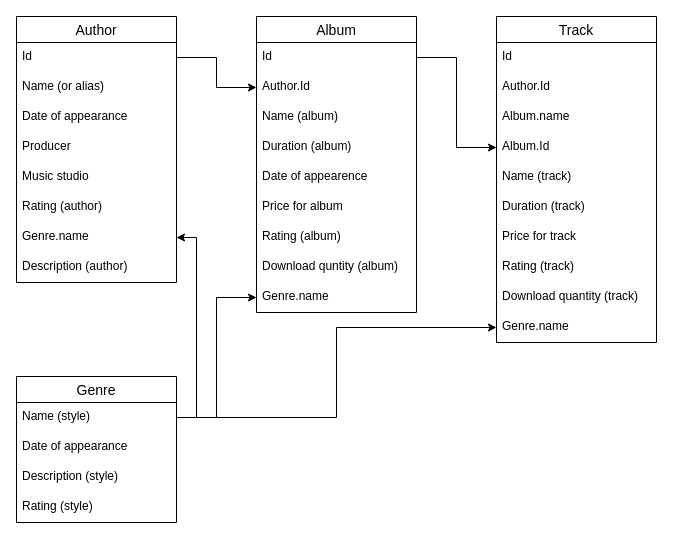
Oleg-Stukalov/draw.io-schemes keeps this draw.io diagram as Untitled Diagram.drawio. Above is the earlier version. Source tidied: cells renumbered, new cells numbered last; positions are measured from the earlier drawing's top-left corner, leaving out a move shared by most shapes. Both pictures are drawn from the tidied source at 100%, with x=0, y=0 at pixel (16, 16).
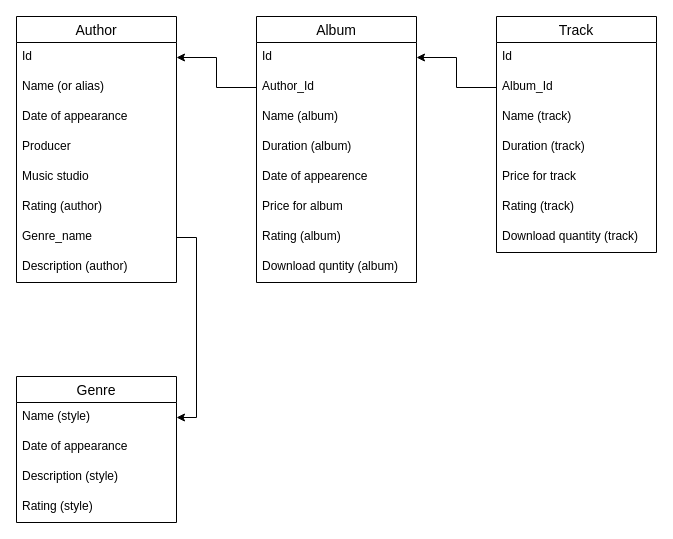
Above is the later version.

Unchanged cells that the change refers to:
```xml
<mxCell id="3" value="Id" style="text;strokeColor=none;fillColor=none;spacingLeft=4;spacingRight=4;overflow=hidden;points=[[0,0.5],[1,0.5]];portConstraint=eastwest;fontSize=12;" parent="2" vertex="1">
  <mxGeometry y="26" width="160" height="30" as="geometry" />
</mxCell>
<mxCell id="12" value="Author" style="swimlane;fontStyle=0;horizontal=1;startSize=26;align=center;fontSize=14;" parent="1" vertex="1">
  <mxGeometry width="160" height="266" as="geometry" />
</mxCell>
<mxCell id="13" value="Id" style="text;strokeColor=none;fillColor=none;spacingLeft=4;spacingRight=4;overflow=hidden;points=[[0,0.5],[1,0.5]];portConstraint=eastwest;fontSize=12;" parent="12" vertex="1">
  <mxGeometry y="26" width="160" height="30" as="geometry" />
</mxCell>
<mxCell id="33" value="Name (style)" style="text;strokeColor=none;fillColor=none;spacingLeft=4;spacingRight=4;overflow=hidden;points=[[0,0.5],[1,0.5]];portConstraint=eastwest;fontSize=12;" parent="32" vertex="1">
  <mxGeometry y="26" width="160" height="30" as="geometry" />
</mxCell>
```

Change to the diagram source:
```diff
@@
     <mxCell id="2" value="Album" style="swimlane;fontStyle=0;horizontal=1;startSize=26;align=center;fontSize=14;" parent="1" vertex="1">
-      <mxGeometry x="240" width="160" height="296" as="geometry" />
+      <mxGeometry x="240" width="160" height="266" as="geometry" />
     </mxCell>
@@
-    <mxCell id="4" value="Author.Id" style="text;strokeColor=none;fillColor=none;spacingLeft=4;spacingRight=4;overflow=hidden;points=[[0,0.5],[1,0.5]];portConstraint=eastwest;fontSize=12;" parent="2" vertex="1">
+    <mxCell id="4" value="Author_Id" style="text;strokeColor=none;fillColor=none;spacingLeft=4;spacingRight=4;overflow=hidden;points=[[0,0.5],[1,0.5]];portConstraint=eastwest;fontSize=12;" parent="2" vertex="1">
       <mxGeometry y="56" width="160" height="30" as="geometry" />
     </mxCell>
@@
-    <mxCell id="11" value="Genre.name" style="text;strokeColor=none;fillColor=none;spacingLeft=4;spacingRight=4;overflow=hidden;points=[[0,0.5],[1,0.5]];portConstraint=eastwest;fontSize=12;" parent="2" vertex="1">
-      <mxGeometry y="266" width="160" height="30" as="geometry" />
-    </mxCell>
@@
-    <mxCell id="19" value="Genre.name" style="text;strokeColor=none;fillColor=none;spacingLeft=4;spacingRight=4;overflow=hidden;points=[[0,0.5],[1,0.5]];portConstraint=eastwest;fontSize=12;" parent="12" vertex="1">
+    <mxCell id="19" value="Genre_name" style="text;strokeColor=none;fillColor=none;spacingLeft=4;spacingRight=4;overflow=hidden;points=[[0,0.5],[1,0.5]];portConstraint=eastwest;fontSize=12;" parent="12" vertex="1">
       <mxGeometry y="206" width="160" height="30" as="geometry" />
     </mxCell>
@@
     <mxCell id="21" value="Track" style="swimlane;fontStyle=0;horizontal=1;startSize=26;align=center;fontSize=14;" parent="1" vertex="1">
-      <mxGeometry x="480" width="160" height="326" as="geometry" />
+      <mxGeometry x="480" width="160" height="236" as="geometry" />
     </mxCell>
@@
-    <mxCell id="23" value="Author.Id" style="text;strokeColor=none;fillColor=none;spacingLeft=4;spacingRight=4;overflow=hidden;fontSize=12;" parent="21" vertex="1">
-      <mxGeometry y="56" width="160" height="30" as="geometry" />
-    </mxCell>
-    <mxCell id="24" value="Album.name" style="text;strokeColor=none;fillColor=none;spacingLeft=4;spacingRight=4;overflow=hidden;fontSize=12;" parent="21" vertex="1">
-      <mxGeometry y="86" width="160" height="30" as="geometry" />
-    </mxCell>
-    <mxCell id="25" value="Album.Id" style="text;strokeColor=none;fillColor=none;spacingLeft=4;spacingRight=4;overflow=hidden;points=[[0,0.5],[1,0.5]];portConstraint=eastwest;fontSize=12;" parent="21" vertex="1">
-      <mxGeometry y="116" width="160" height="30" as="geometry" />
+    <mxCell id="25" value="Album_Id" style="text;strokeColor=none;fillColor=none;spacingLeft=4;spacingRight=4;overflow=hidden;points=[[0,0.5],[1,0.5]];portConstraint=eastwest;fontSize=12;" parent="21" vertex="1">
+      <mxGeometry y="56" width="160" height="30" as="geometry" />
     </mxCell>
     <mxCell id="26" value="Name (track)" style="text;strokeColor=none;fillColor=none;spacingLeft=4;spacingRight=4;overflow=hidden;fontSize=12;" parent="21" vertex="1">
-      <mxGeometry y="146" width="160" height="30" as="geometry" />
+      <mxGeometry y="86" width="160" height="30" as="geometry" />
     </mxCell>
     <mxCell id="27" value="Duration (track)" style="text;strokeColor=none;fillColor=none;spacingLeft=4;spacingRight=4;overflow=hidden;fontSize=12;" parent="21" vertex="1">
-      <mxGeometry y="176" width="160" height="30" as="geometry" />
+      <mxGeometry y="116" width="160" height="30" as="geometry" />
     </mxCell>
     <mxCell id="28" value="Price for track" style="text;strokeColor=none;fillColor=none;spacingLeft=4;spacingRight=4;overflow=hidden;fontSize=12;" parent="21" vertex="1">
-      <mxGeometry y="206" width="160" height="30" as="geometry" />
+      <mxGeometry y="146" width="160" height="30" as="geometry" />
     </mxCell>
     <mxCell id="29" value="Rating (track)" style="text;strokeColor=none;fillColor=none;spacingLeft=4;spacingRight=4;overflow=hidden;fontSize=12;" parent="21" vertex="1">
-      <mxGeometry y="236" width="160" height="30" as="geometry" />
+      <mxGeometry y="176" width="160" height="30" as="geometry" />
     </mxCell>
     <mxCell id="30" value="Download quantity (track)" style="text;strokeColor=none;fillColor=none;spacingLeft=4;spacingRight=4;overflow=hidden;fontSize=12;" parent="21" vertex="1">
-      <mxGeometry y="266" width="160" height="30" as="geometry" />
+      <mxGeometry y="206" width="160" height="30" as="geometry" />
     </mxCell>
-    <mxCell id="31" value="Genre.name" style="text;strokeColor=none;fillColor=none;spacingLeft=4;spacingRight=4;overflow=hidden;points=[[0,0.5],[1,0.5]];portConstraint=eastwest;fontSize=12;" parent="21" vertex="1">
-      <mxGeometry y="296" width="160" height="30" as="geometry" />
-    </mxCell>
@@
-    <mxCell id="37" style="edgeStyle=orthogonalEdgeStyle;rounded=0;jettySize=auto;html=1;exitX=1;exitY=0.5;exitDx=0;exitDy=0;" parent="1" edge="1" source="33" target="31">
-      <mxGeometry relative="1" as="geometry" />
-    </mxCell>
-    <mxCell id="38" style="edgeStyle=orthogonalEdgeStyle;rounded=0;jettySize=auto;html=1;exitX=1;exitY=0.5;exitDx=0;exitDy=0;entryX=0;entryY=0.5;entryDx=0;entryDy=0;" parent="1" edge="1" source="33" target="11">
-      <mxGeometry relative="1" as="geometry" />
-    </mxCell>
-    <mxCell id="39" style="edgeStyle=orthogonalEdgeStyle;rounded=0;jettySize=auto;html=1;exitX=1;exitY=0.5;exitDx=0;exitDy=0;entryX=1;entryY=0.5;entryDx=0;entryDy=0;" parent="1" edge="1" source="33" target="19">
-      <mxGeometry relative="1" as="geometry" />
-    </mxCell>
-    <mxCell id="40" style="edgeStyle=orthogonalEdgeStyle;rounded=0;jettySize=auto;html=1;exitX=1;exitY=0.5;exitDx=0;exitDy=0;entryX=0;entryY=0.5;entryDx=0;entryDy=0;" parent="1" edge="1" source="13" target="4">
-      <mxGeometry relative="1" as="geometry" />
-    </mxCell>
-    <mxCell id="41" style="edgeStyle=orthogonalEdgeStyle;rounded=0;jettySize=auto;html=1;exitX=1;exitY=0.5;exitDx=0;exitDy=0;entryX=0;entryY=0.5;entryDx=0;entryDy=0;" parent="1" edge="1" source="3" target="25">
-      <mxGeometry relative="1" as="geometry" />
-    </mxCell>
+    <mxCell id="42" style="edgeStyle=orthogonalEdgeStyle;rounded=0;jettySize=auto;html=1;exitX=0;exitY=0.5;exitDx=0;exitDy=0;" parent="1" edge="1" source="4" target="13">
+      <mxGeometry relative="1" as="geometry" />
+    </mxCell>
+    <mxCell id="43" style="edgeStyle=orthogonalEdgeStyle;rounded=0;jettySize=auto;html=1;exitX=0;exitY=0.5;exitDx=0;exitDy=0;" parent="1" edge="1" source="25" target="3">
+      <mxGeometry relative="1" as="geometry" />
+    </mxCell>
+    <mxCell id="44" style="edgeStyle=orthogonalEdgeStyle;rounded=0;jettySize=auto;html=1;exitX=1;exitY=0.5;exitDx=0;exitDy=0;entryX=1;entryY=0.5;entryDx=0;entryDy=0;" parent="1" edge="1" source="19" target="33">
+      <mxGeometry relative="1" as="geometry" />
+    </mxCell>
```
